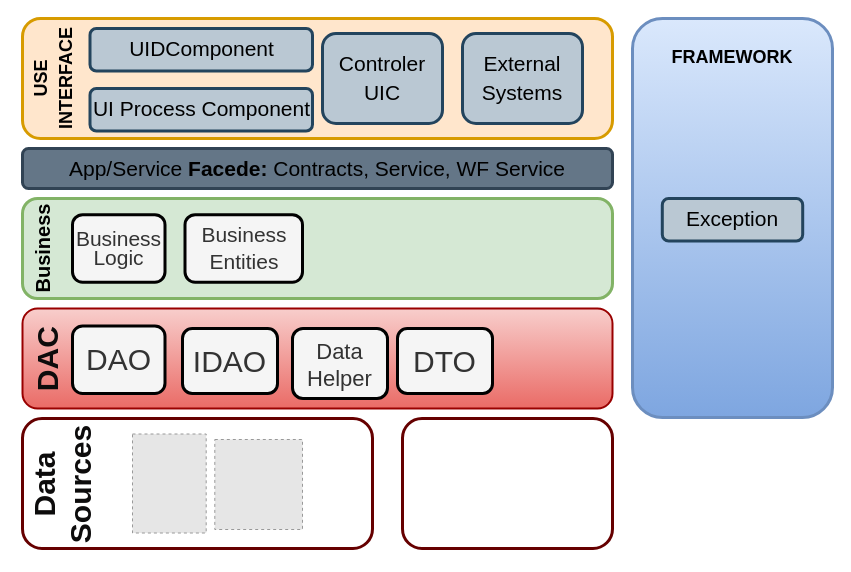
Earlier version of the draw.io diagram desing/DiagramaArquitectura.drawio (venuzBG/ProyectoFinal). Source tidied: cells renumbered, new cells numbered last; positions are measured from the earlier drawing's top-left corner, leaving out a move shared by most shapes. Both pictures are drawn from the tidied source at 100%, with x=0, y=0 at pixel (-8, 18). Pictures stored in the file or linked from it are replaced by grey dashed boxes.
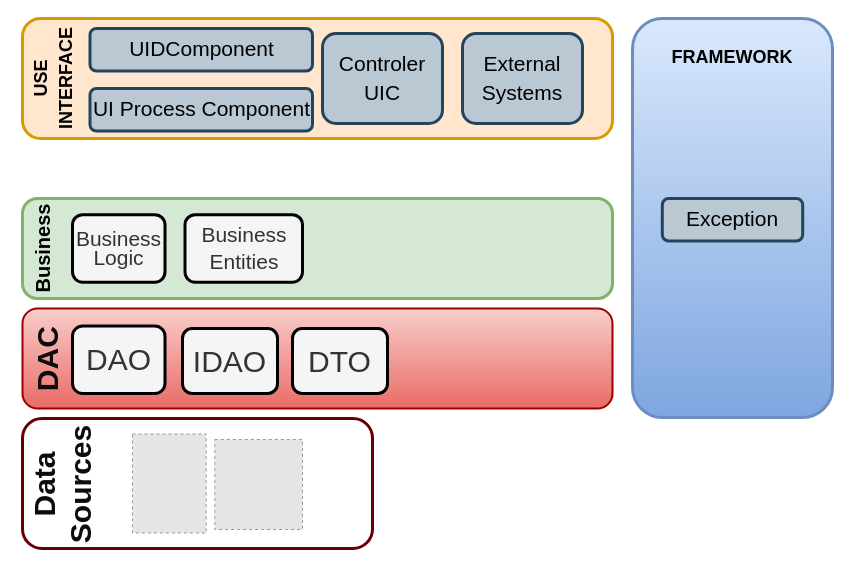
The same diagram, later.

Change to the diagram source:
```diff
@@
-    <mxCell id="6" style="rounded=1;whiteSpace=wrap;html=1;strokeColor=#660000;strokeWidth=3;fontSize=30;fontColor=#0d0c0c;fillColor=#FFFFFF;" parent="1" vertex="1">
-      <mxGeometry x="410" y="400" width="210" height="130" as="geometry" />
-    </mxCell>
@@
-    <mxCell id="11" value="&lt;p style=&quot;line-height: 80%;&quot;&gt;&lt;font style=&quot;font-size: 22px;&quot;&gt;Data&lt;br&gt;Helper&lt;/font&gt;&lt;/p&gt;" style="rounded=1;whiteSpace=wrap;html=1;strokeColor=#000000;strokeWidth=3;fontSize=30;fontColor=#333333;fillColor=#f5f5f5;" parent="1" vertex="1">
-      <mxGeometry x="300" y="310" width="95" height="70" as="geometry" />
-    </mxCell>
     <mxCell id="12" value="DTO" style="rounded=1;whiteSpace=wrap;html=1;strokeColor=#000000;strokeWidth=3;fontSize=30;fontColor=#333333;fillColor=#f5f5f5;" parent="1" vertex="1">
-      <mxGeometry x="405" y="310" width="95" height="65" as="geometry" />
+      <mxGeometry x="300" y="310" width="95" height="65" as="geometry" />
     </mxCell>
@@
-    <mxCell id="17" value="&lt;font color=&quot;#000000&quot;&gt;App/Service &lt;b&gt;Facede: &lt;/b&gt;Contracts, Service, WF Service&lt;/font&gt;" style="rounded=1;whiteSpace=wrap;html=1;strokeColor=#314354;strokeWidth=3;fontSize=21;fillColor=#647687;fontColor=#ffffff;" parent="1" vertex="1">
-      <mxGeometry x="30" y="130" width="590" height="40" as="geometry" />
-    </mxCell>
```
